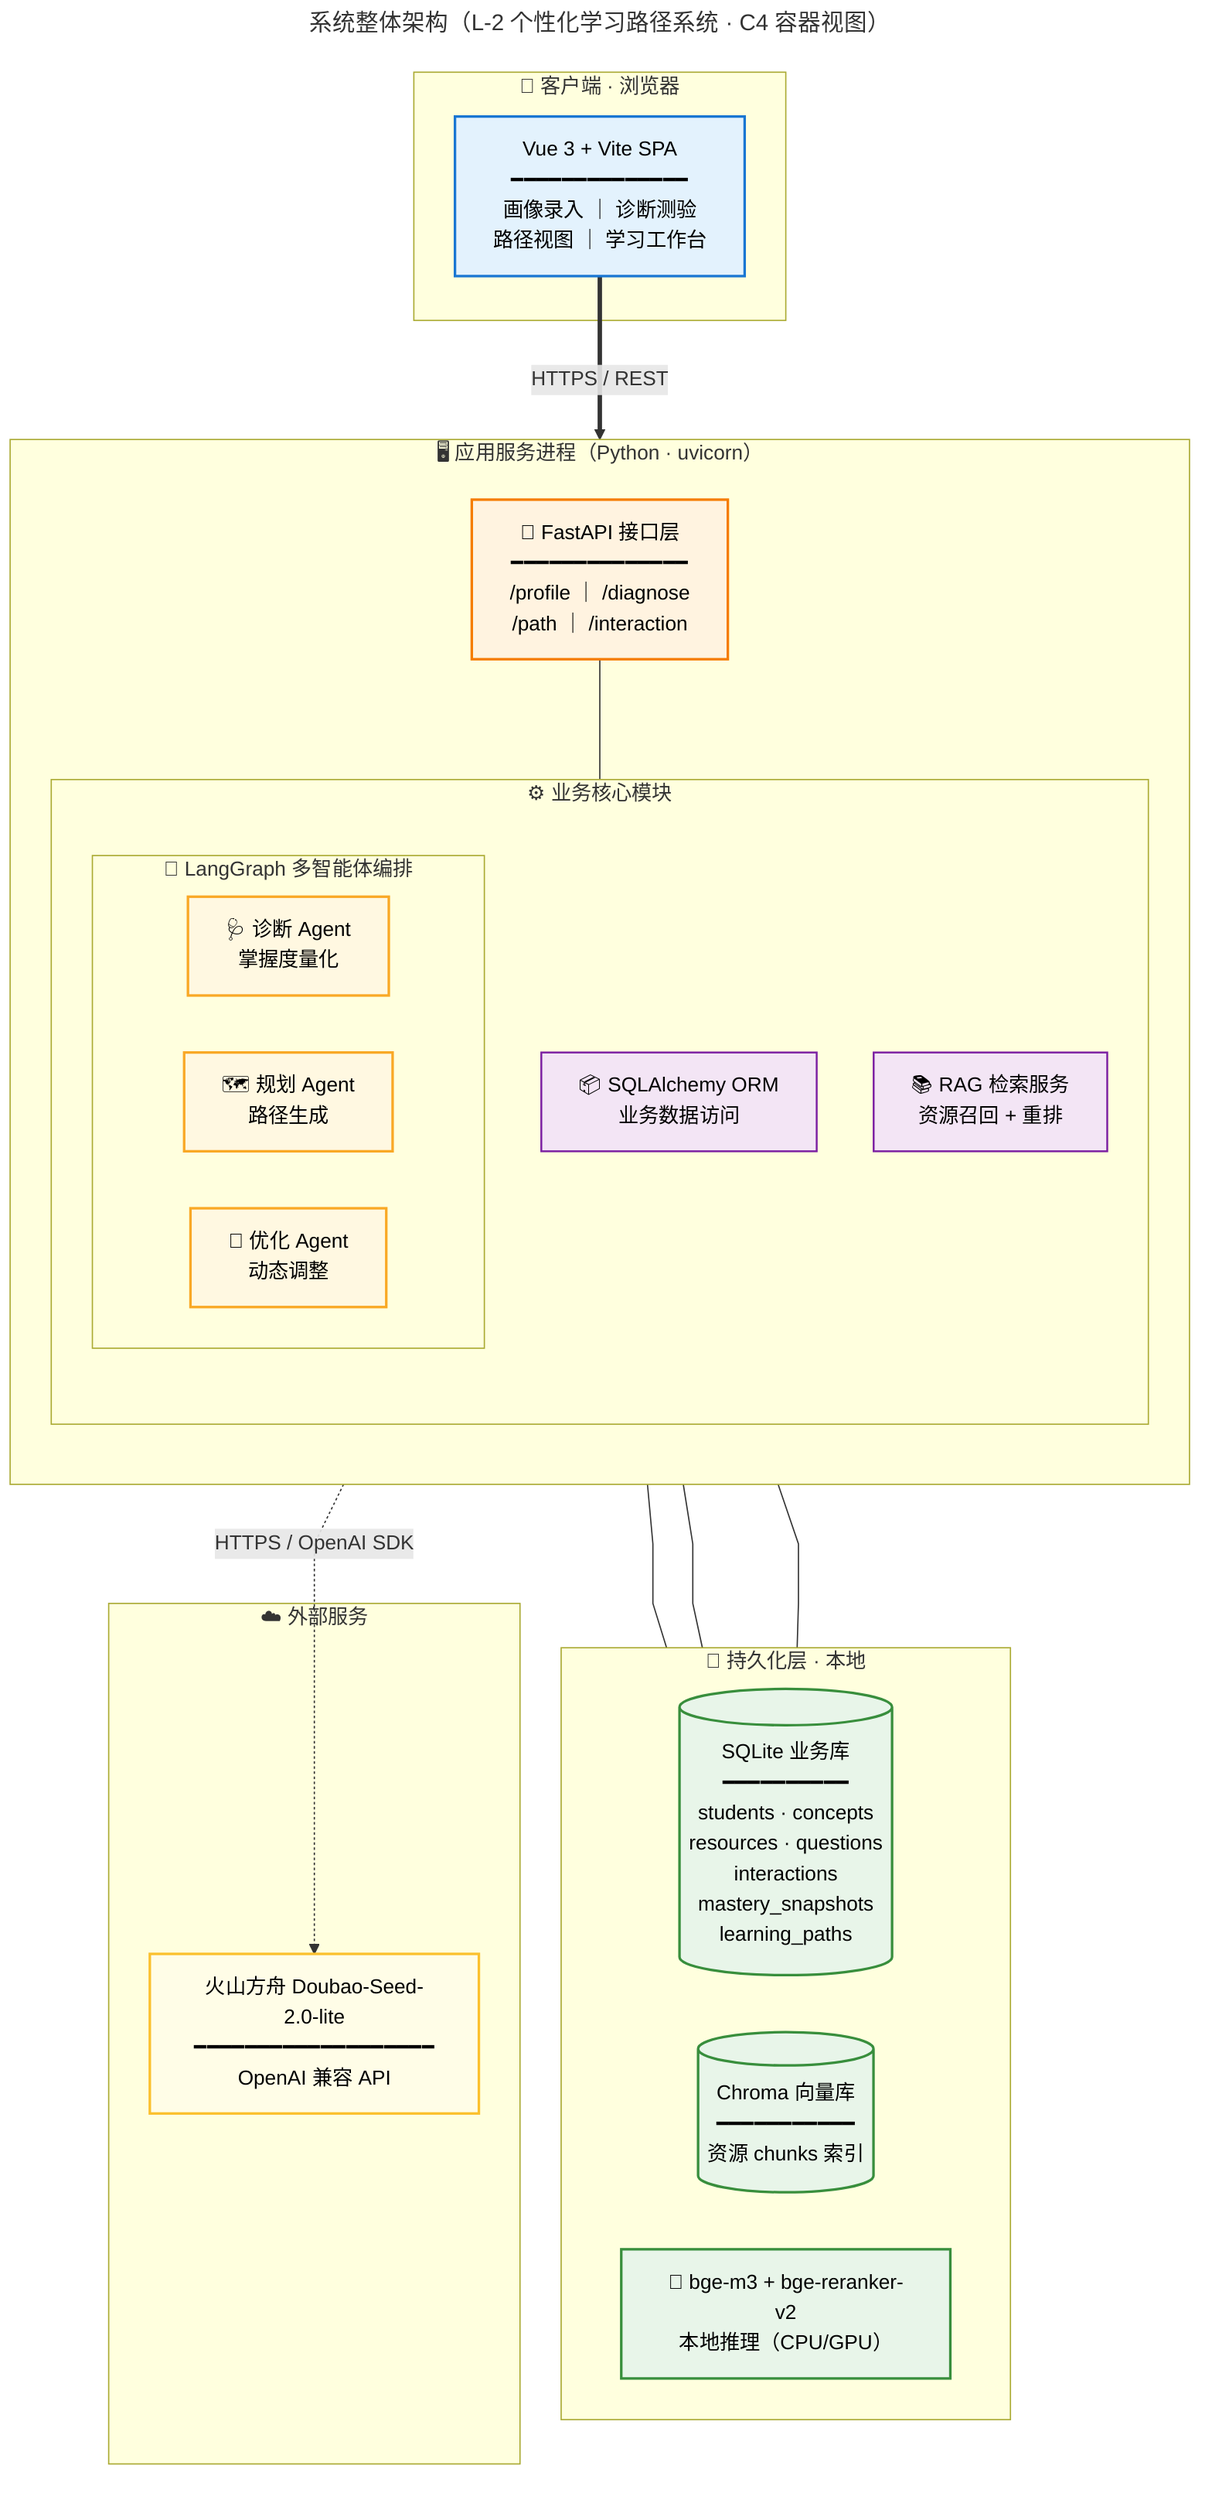
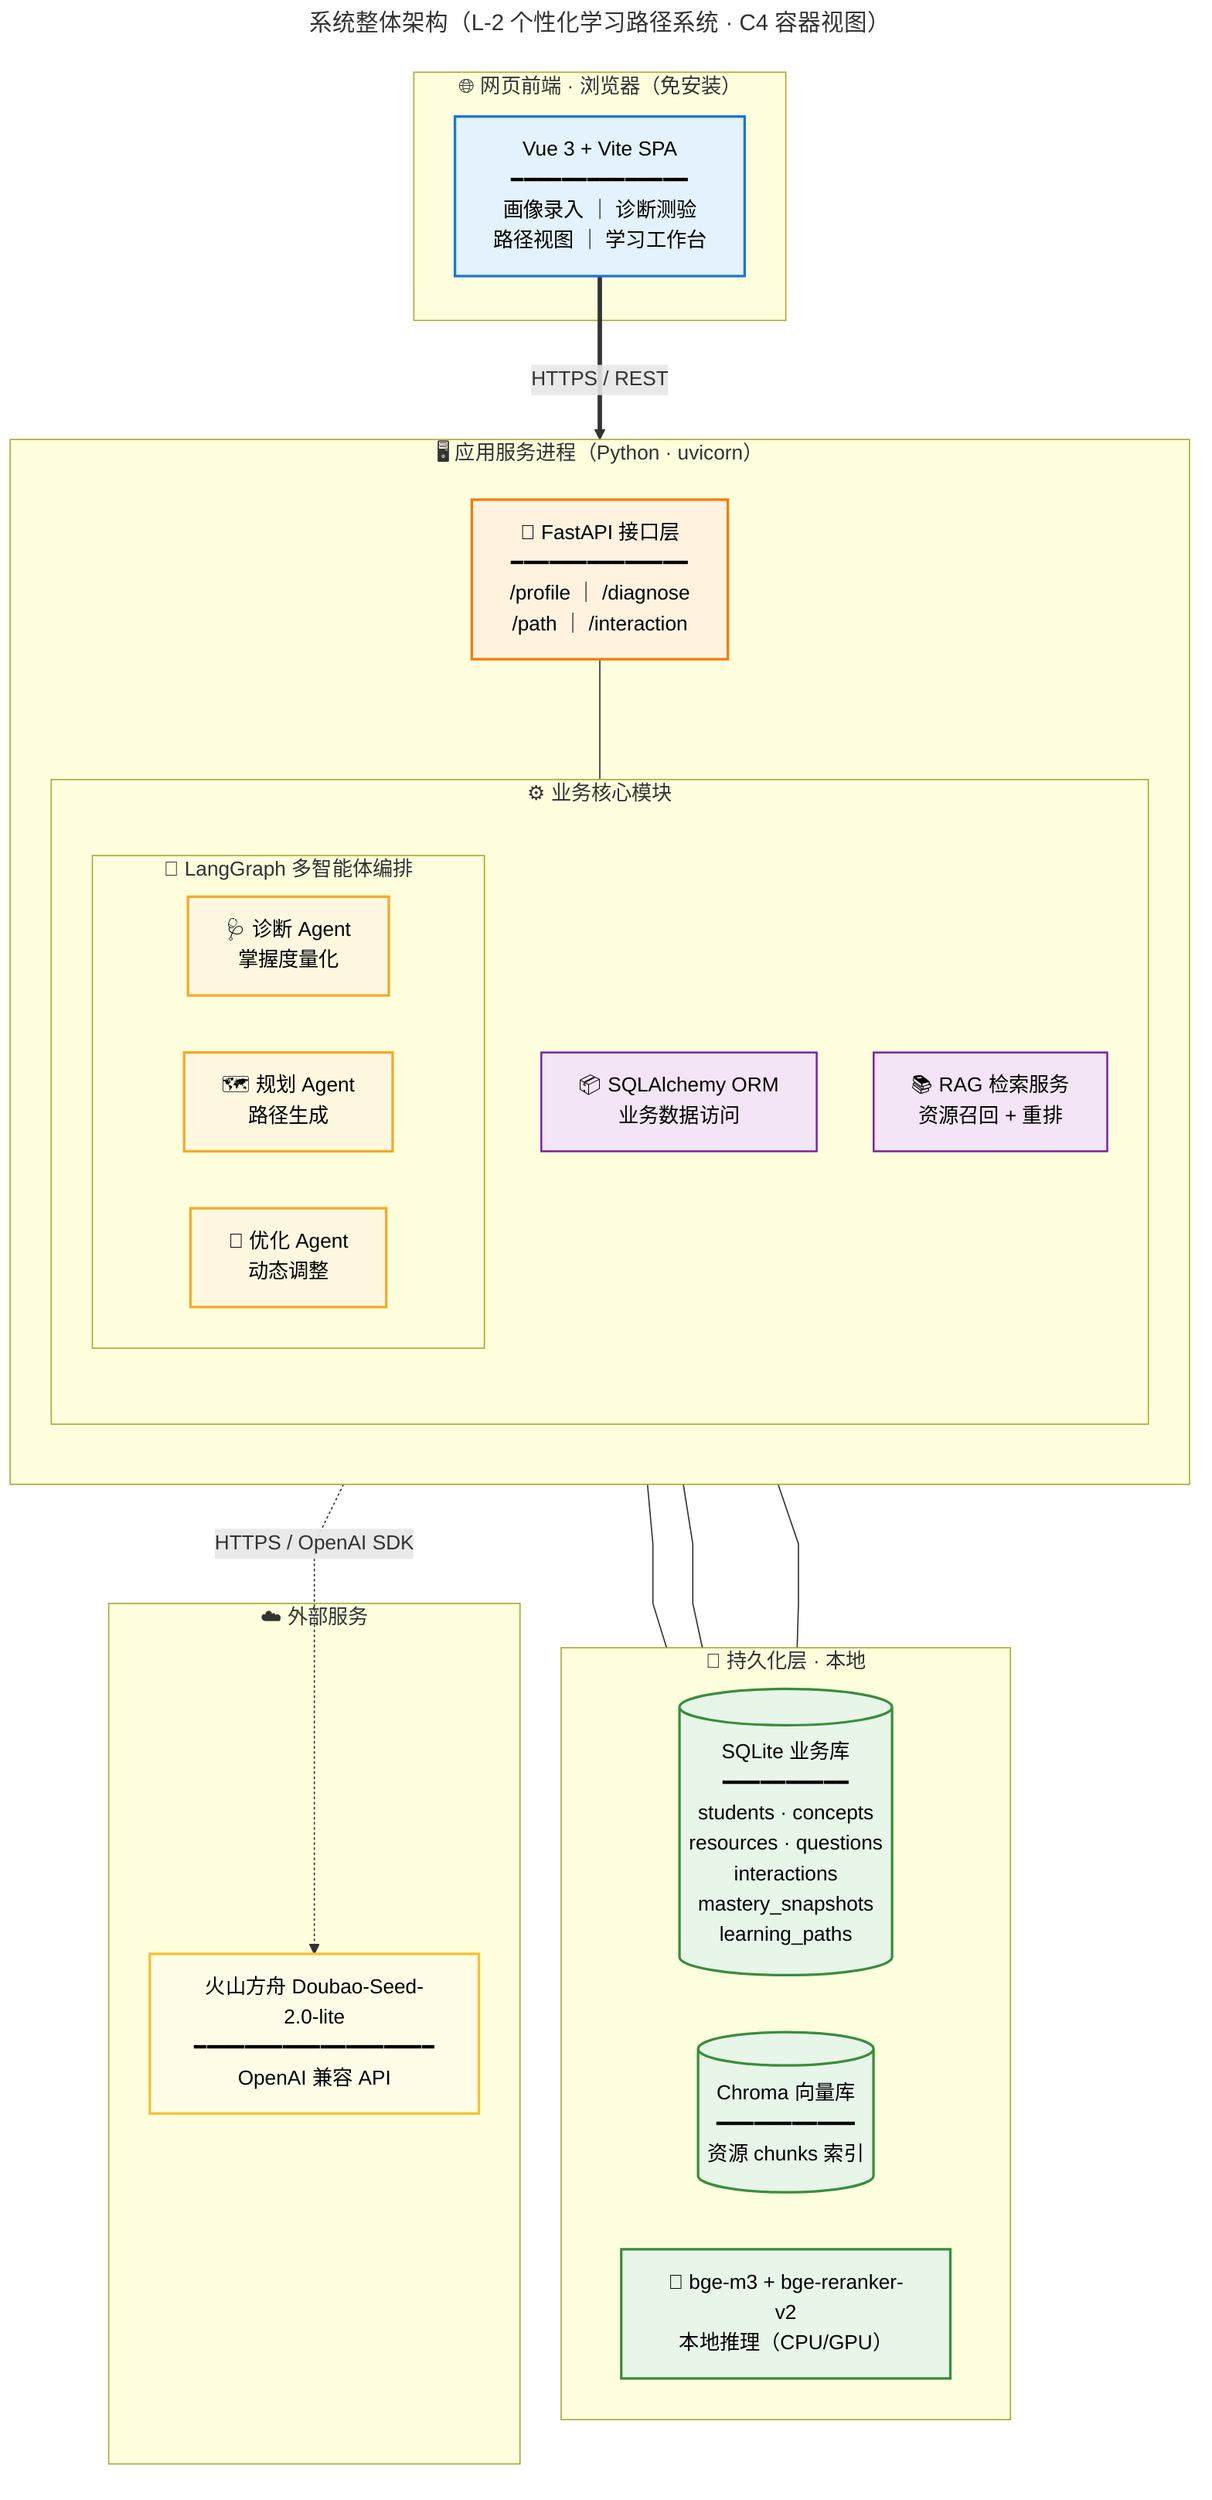
---
title: 系统整体架构（L-2 个性化学习路径系统 · C4 容器视图）
---
%%{init: {'flowchart': {'curve': 'linear', 'nodeSpacing': 45, 'rankSpacing': 70}}}%%
flowchart TB

-     subgraph CLIENT["📱 客户端 · 浏览器"]
+     subgraph CLIENT["🌐 网页前端 · 浏览器（免安装）"]
        Vue["Vue 3 + Vite SPA<br/>━━━━━━━━━━━━━━<br/>画像录入 ｜ 诊断测验<br/>路径视图 ｜ 学习工作台"]
    end

    subgraph APP["🖥️ 应用服务进程（Python · uvicorn）"]
        direction TB

        API["🔌 FastAPI 接口层<br/>━━━━━━━━━━━━━━<br/>/profile ｜ /diagnose<br/>/path ｜ /interaction"]

        subgraph CORE["⚙️ 业务核心模块"]
            direction TB

            subgraph AGENTS["🤖 LangGraph 多智能体编排"]
                direction LR
                A1["🩺 诊断 Agent<br/>掌握度量化"]
                A2["🗺️ 规划 Agent<br/>路径生成"]
                A3["🔧 优化 Agent<br/>动态调整"]
            end

            ORM["📦 SQLAlchemy ORM<br/>业务数据访问"]
            RAGSV["📚 RAG 检索服务<br/>资源召回 + 重排"]
        end

        API --- CORE
    end

    subgraph DATA["💾 持久化层 · 本地"]
        direction LR
        DB[("SQLite 业务库<br/>━━━━━━━━━━<br/>students · concepts<br/>resources · questions<br/>interactions<br/>mastery_snapshots<br/>learning_paths")]
        VEC[("Chroma 向量库<br/>━━━━━━━━━━━<br/>资源 chunks 索引")]
        EMB["🧠 bge-m3 + bge-reranker-v2<br/>本地推理（CPU/GPU）"]
    end

    subgraph EXT["☁️ 外部服务"]
        LLM["火山方舟 Doubao-Seed-2.0-lite<br/>━━━━━━━━━━━━━━━━━━━<br/>OpenAI 兼容 API"]
    end

    Vue ==>|HTTPS / REST| API
    ORM --- DB
    RAGSV --- VEC
    RAGSV --- EMB
    AGENTS -.->|HTTPS / OpenAI SDK| LLM

    classDef client fill:#e3f2fd,stroke:#1976d2,stroke-width:2px,color:#000;
    classDef api fill:#fff3e0,stroke:#f57c00,stroke-width:2px,color:#000;
    classDef agent fill:#fff8e1,stroke:#f9a825,stroke-width:2px,color:#000;
    classDef svc fill:#f3e5f5,stroke:#7b1fa2,stroke-width:1.5px,color:#000;
    classDef data fill:#e8f5e9,stroke:#388e3c,stroke-width:2px,color:#000;
    classDef ext fill:#fffde7,stroke:#fbc02d,stroke-width:2px,color:#000;

    class Vue client;
    class API api;
    class A1,A2,A3 agent;
    class ORM,RAGSV svc;
    class DB,VEC,EMB data;
    class LLM ext;
